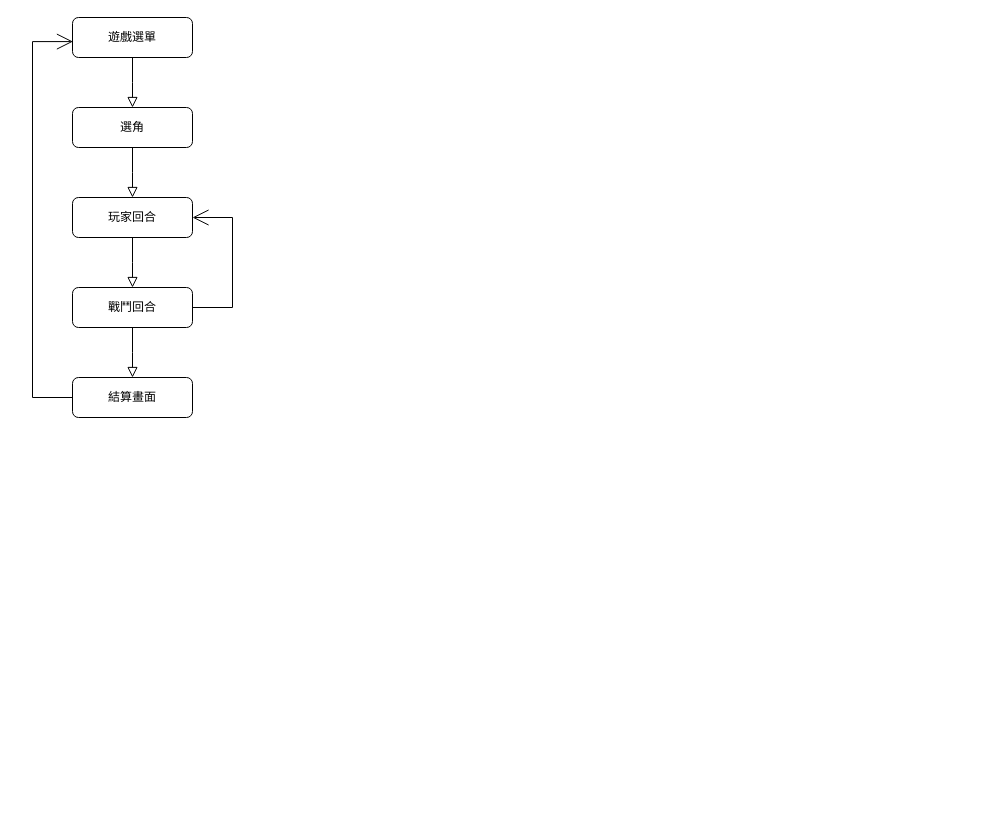
This is 惑興祕法遊戲流程.drawio from Lex-H/2_magic_planet, a draw.io file, before an edit. Source tidied: cells renumbered, new cells numbered last; positions are measured from the earlier drawing's top-left corner, leaving out a move shared by most shapes. Both pictures are drawn from the tidied source at 100%, with x=0, y=0 at pixel (32, 17).
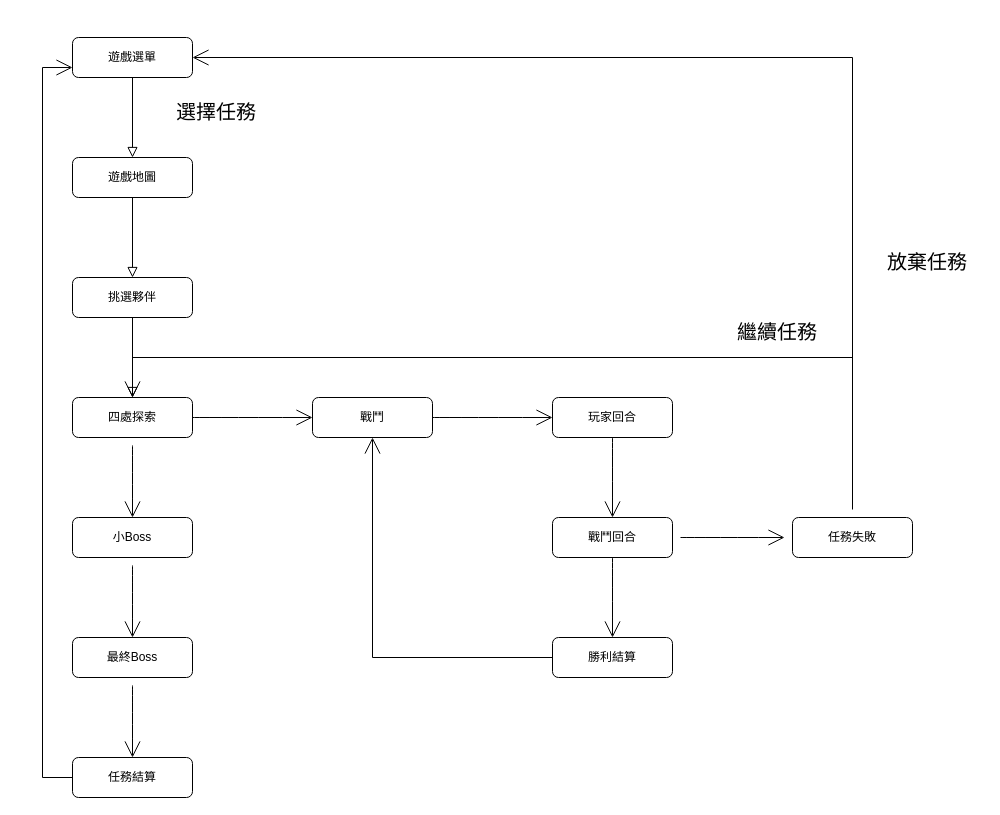
The same diagram, later.

The edit, as a diff of the source:
```diff
@@
     <mxCell id="2" value="遊戲選單" style="rounded=1;whiteSpace=wrap;html=1;fontSize=12;glass=0;strokeWidth=1;shadow=0;" parent="1" vertex="1">
-      <mxGeometry x="40" width="120" height="40" as="geometry" />
+      <mxGeometry x="40" y="20" width="120" height="40" as="geometry" />
     </mxCell>
-    <mxCell id="3" style="rounded=0;html=1;jettySize=auto;fontSize=11;endArrow=block;endFill=0;endSize=8;strokeWidth=1;shadow=0;labelBackgroundColor=none;edgeStyle=orthogonalEdgeStyle;" parent="1" edge="1" source="2">
-      <mxGeometry relative="1" as="geometry">
-        <mxPoint x="100" y="90" as="targetPoint" />
-      </mxGeometry>
+    <mxCell id="3" style="rounded=0;html=1;jettySize=auto;fontSize=11;endArrow=block;endFill=0;endSize=8;strokeWidth=1;shadow=0;labelBackgroundColor=none;edgeStyle=orthogonalEdgeStyle;entryX=0.5;entryY=0;entryDx=0;entryDy=0;" parent="1" edge="1" source="2" target="4">
+      <mxGeometry relative="1" as="geometry" />
     </mxCell>
-    <mxCell id="4" value="選角" style="rounded=1;whiteSpace=wrap;html=1;fontSize=12;glass=0;strokeWidth=1;shadow=0;" parent="1" vertex="1">
-      <mxGeometry x="40" y="90" width="120" height="40" as="geometry" />
+    <mxCell id="4" value="遊戲地圖" style="rounded=1;whiteSpace=wrap;html=1;fontSize=12;glass=0;strokeWidth=1;shadow=0;" parent="1" vertex="1">
+      <mxGeometry x="40" y="140" width="120" height="40" as="geometry" />
     </mxCell>
-    <mxCell id="5" style="rounded=0;html=1;jettySize=auto;fontSize=11;endArrow=block;endFill=0;endSize=8;strokeWidth=1;shadow=0;labelBackgroundColor=none;edgeStyle=orthogonalEdgeStyle;" parent="1" edge="1" source="4">
-      <mxGeometry relative="1" as="geometry">
-        <mxPoint x="100" y="180" as="targetPoint" />
-      </mxGeometry>
+    <mxCell id="5" style="rounded=0;html=1;jettySize=auto;fontSize=11;endArrow=block;endFill=0;endSize=8;strokeWidth=1;shadow=0;labelBackgroundColor=none;edgeStyle=orthogonalEdgeStyle;entryX=0.5;entryY=0;entryDx=0;entryDy=0;" parent="1" edge="1" source="4" target="16">
+      <mxGeometry relative="1" as="geometry" />
     </mxCell>
     <mxCell id="6" value="玩家回合" style="rounded=1;whiteSpace=wrap;html=1;fontSize=12;glass=0;strokeWidth=1;shadow=0;" parent="1" vertex="1">
-      <mxGeometry x="40" y="180" width="120" height="40" as="geometry" />
+      <mxGeometry x="520" y="380" width="120" height="40" as="geometry" />
     </mxCell>
-    <mxCell id="7" style="rounded=0;html=1;jettySize=auto;fontSize=11;endArrow=block;endFill=0;endSize=8;strokeWidth=1;shadow=0;labelBackgroundColor=none;edgeStyle=orthogonalEdgeStyle;" parent="1" edge="1" source="6">
-      <mxGeometry relative="1" as="geometry">
-        <mxPoint x="100" y="270" as="targetPoint" />
-      </mxGeometry>
-    </mxCell>
-    <mxCell id="8" style="rounded=0;html=1;jettySize=auto;fontSize=11;endArrow=block;endFill=0;endSize=8;strokeWidth=1;shadow=0;labelBackgroundColor=none;edgeStyle=orthogonalEdgeStyle;" parent="1" edge="1" source="9">
-      <mxGeometry relative="1" as="geometry">
-        <mxPoint x="100" y="360" as="targetPoint" />
-      </mxGeometry>
-    </mxCell>
+    <mxCell id="13" style="edgeStyle=none;curved=1;rounded=0;jettySize=auto;html=1;fontFamily=Architects Daughter;fontSize=16;startSize=14;endArrow=open;endSize=14;sourcePerimeterSpacing=8;targetPerimeterSpacing=8;" parent="1" edge="1" source="9" target="26">
+      <mxGeometry relative="1" as="geometry" />
+    </mxCell>
     <mxCell id="9" value="戰鬥回合" style="rounded=1;whiteSpace=wrap;html=1;fontSize=12;glass=0;strokeWidth=1;shadow=0;" parent="1" vertex="1">
-      <mxGeometry x="40" y="270" width="120" height="40" as="geometry" />
+      <mxGeometry x="520" y="500" width="120" height="40" as="geometry" />
     </mxCell>
+    <mxCell id="12" style="edgeStyle=orthogonalEdgeStyle;rounded=0;jettySize=auto;html=1;exitX=0;exitY=0.5;exitDx=0;exitDy=0;entryX=0;entryY=0.75;entryDx=0;entryDy=0;fontFamily=Architects Daughter;fontSize=16;startSize=14;endArrow=open;endSize=14;sourcePerimeterSpacing=8;targetPerimeterSpacing=8;" parent="1" edge="1" source="10" target="2">
+      <mxGeometry relative="1" as="geometry" />
+    </mxCell>
-    <mxCell id="10" value="結算畫面" style="rounded=1;whiteSpace=wrap;html=1;fontSize=12;glass=0;strokeWidth=1;shadow=0;" parent="1" vertex="1">
-      <mxGeometry x="40" y="360" width="120" height="40" as="geometry" />
+    <mxCell id="10" value="任務結算" style="rounded=1;whiteSpace=wrap;html=1;fontSize=12;glass=0;strokeWidth=1;shadow=0;" parent="1" vertex="1">
+      <mxGeometry x="40" y="740" width="120" height="40" as="geometry" />
     </mxCell>
-    <mxCell id="11" style="edgeStyle=orthogonalEdgeStyle;jettySize=auto;html=1;rounded=0;endArrow=open;startSize=14;endSize=14;sourcePerimeterSpacing=8;targetPerimeterSpacing=8;exitX=1;exitY=0.5;exitDx=0;exitDy=0;entryX=1;entryY=0.5;entryDx=0;entryDy=0;" parent="1" edge="1" source="9" target="6">
-      <mxGeometry relative="1" as="geometry">
-        <Array as="points">
-          <mxPoint x="200" y="290" />
-          <mxPoint x="200" y="200" />
-        </Array>
-      </mxGeometry>
-    </mxCell>
-    <mxCell id="12" style="edgeStyle=orthogonalEdgeStyle;jettySize=auto;html=1;rounded=0;endArrow=open;startSize=14;endSize=14;sourcePerimeterSpacing=8;targetPerimeterSpacing=8;exitX=0;exitY=0.5;exitDx=0;exitDy=0;entryX=0.004;entryY=0.602;entryDx=0;entryDy=0;entryPerimeter=0;" parent="1" edge="1" source="10" target="2">
-      <mxGeometry relative="1" as="geometry">
-        <Array as="points">
-          <mxPoint y="380" />
-          <mxPoint y="24" />
-        </Array>
-      </mxGeometry>
-    </mxCell>
+    <mxCell id="14" style="edgeStyle=none;curved=1;rounded=0;jettySize=auto;html=1;entryX=0.5;entryY=0;entryDx=0;entryDy=0;fontFamily=Architects Daughter;fontSize=16;startSize=14;endArrow=open;endSize=14;sourcePerimeterSpacing=8;targetPerimeterSpacing=8;" parent="1" edge="1" source="15" target="31">
+      <mxGeometry relative="1" as="geometry" />
+    </mxCell>
+    <mxCell id="15" value="四處探索" style="rounded=1;whiteSpace=wrap;html=1;fontSize=12;glass=0;strokeWidth=1;shadow=0;" parent="1" vertex="1">
+      <mxGeometry x="40" y="380" width="120" height="40" as="geometry" />
+    </mxCell>
+    <mxCell id="16" value="挑選夥伴" style="rounded=1;whiteSpace=wrap;html=1;fontSize=12;glass=0;strokeWidth=1;shadow=0;" parent="1" vertex="1">
+      <mxGeometry x="40" y="260" width="120" height="40" as="geometry" />
+    </mxCell>
+    <mxCell id="17" style="rounded=0;html=1;jettySize=auto;fontSize=11;endArrow=block;endFill=0;endSize=8;strokeWidth=1;shadow=0;labelBackgroundColor=none;edgeStyle=orthogonalEdgeStyle;entryX=0.5;entryY=0;entryDx=0;entryDy=0;" parent="1" edge="1" source="16" target="15">
+      <mxGeometry relative="1" as="geometry" />
+    </mxCell>
+    <mxCell id="18" value="戰鬥" style="rounded=1;whiteSpace=wrap;html=1;fontSize=12;glass=0;strokeWidth=1;shadow=0;" parent="1" vertex="1">
+      <mxGeometry x="280" y="380" width="120" height="40" as="geometry" />
+    </mxCell>
+    <mxCell id="19" style="edgeStyle=none;jettySize=auto;html=1;rounded=0;fontFamily=Architects Daughter;fontSize=16;startSize=14;endArrow=open;endSize=14;sourcePerimeterSpacing=8;targetPerimeterSpacing=8;curved=1;exitX=1;exitY=0.5;exitDx=0;exitDy=0;entryX=0;entryY=0.5;entryDx=0;entryDy=0;" parent="1" edge="1" source="15" target="18">
+      <mxGeometry relative="1" as="geometry" />
+    </mxCell>
+    <mxCell id="20" style="edgeStyle=none;jettySize=auto;html=1;rounded=0;fontFamily=Architects Daughter;fontSize=16;startSize=14;endArrow=open;endSize=14;sourcePerimeterSpacing=8;targetPerimeterSpacing=8;curved=1;exitX=0.5;exitY=1;exitDx=0;exitDy=0;entryX=0.5;entryY=0;entryDx=0;entryDy=0;" parent="1" edge="1" source="6" target="9">
+      <mxGeometry relative="1" as="geometry" />
+    </mxCell>
+    <mxCell id="21" style="edgeStyle=none;jettySize=auto;html=1;rounded=0;fontFamily=Architects Daughter;fontSize=16;startSize=14;endArrow=open;endSize=14;sourcePerimeterSpacing=8;targetPerimeterSpacing=8;curved=1;exitX=1;exitY=0.5;exitDx=0;exitDy=0;entryX=0;entryY=0.5;entryDx=0;entryDy=0;" parent="1" edge="1" source="18" target="6">
+      <mxGeometry relative="1" as="geometry" />
+    </mxCell>
+    <mxCell id="22" style="edgeStyle=orthogonalEdgeStyle;rounded=0;jettySize=auto;html=1;exitX=0;exitY=0.5;exitDx=0;exitDy=0;fontFamily=Architects Daughter;fontSize=16;startSize=14;endArrow=open;endSize=14;sourcePerimeterSpacing=8;targetPerimeterSpacing=8;entryX=0.5;entryY=1;entryDx=0;entryDy=0;" parent="1" edge="1" source="23" target="18">
+      <mxGeometry relative="1" as="geometry" />
+    </mxCell>
+    <mxCell id="23" value="勝利結算" style="rounded=1;whiteSpace=wrap;html=1;fontSize=12;glass=0;strokeWidth=1;shadow=0;" parent="1" vertex="1">
+      <mxGeometry x="520" y="620" width="120" height="40" as="geometry" />
+    </mxCell>
+    <mxCell id="24" style="edgeStyle=none;jettySize=auto;html=1;rounded=0;fontFamily=Architects Daughter;fontSize=16;startSize=14;endArrow=open;endSize=14;sourcePerimeterSpacing=8;targetPerimeterSpacing=8;curved=1;exitX=0.5;exitY=1;exitDx=0;exitDy=0;entryX=0.5;entryY=0;entryDx=0;entryDy=0;" parent="1" edge="1" source="9" target="23">
+      <mxGeometry relative="1" as="geometry" />
+    </mxCell>
+    <mxCell id="25" style="edgeStyle=orthogonalEdgeStyle;rounded=0;jettySize=auto;html=1;entryX=1;entryY=0.5;entryDx=0;entryDy=0;fontFamily=Architects Daughter;fontSize=16;startSize=14;endArrow=open;endSize=14;sourcePerimeterSpacing=8;targetPerimeterSpacing=8;" parent="1" edge="1" source="26" target="2">
+      <mxGeometry relative="1" as="geometry">
+        <Array as="points">
+          <mxPoint x="820" y="40" />
+        </Array>
+      </mxGeometry>
+    </mxCell>
+    <mxCell id="26" value="任務失敗" style="rounded=1;whiteSpace=wrap;html=1;fontSize=12;glass=0;strokeWidth=1;shadow=0;" parent="1" vertex="1">
+      <mxGeometry x="760" y="500" width="120" height="40" as="geometry" />
+    </mxCell>
+    <mxCell id="27" style="edgeStyle=elbowEdgeStyle;orthogonalLoop=1;jettySize=auto;html=1;rounded=0;fontFamily=Architects Daughter;fontSize=16;startSize=14;endArrow=open;endSize=14;sourcePerimeterSpacing=8;targetPerimeterSpacing=8;elbow=vertical;" parent="1" edge="1">
+      <mxGeometry relative="1" as="geometry">
+        <mxPoint x="820" y="300" as="sourcePoint" />
+        <mxPoint x="100" y="380" as="targetPoint" />
+      </mxGeometry>
+    </mxCell>
+    <mxCell id="28" value="繼續任務" style="text;strokeColor=none;fillColor=none;html=1;align=center;verticalAlign=middle;whiteSpace=wrap;rounded=0;fontSize=20;fontFamily=Architects Daughter;" parent="1" vertex="1">
+      <mxGeometry x="700" y="300" width="90" height="30" as="geometry" />
+    </mxCell>
+    <mxCell id="29" value="放棄任務" style="text;strokeColor=none;align=center;fillColor=none;html=1;verticalAlign=middle;whiteSpace=wrap;rounded=0;fontSize=20;fontFamily=Architects Daughter;" parent="1" vertex="1">
+      <mxGeometry x="840" y="230" width="110" height="30" as="geometry" />
+    </mxCell>
+    <mxCell id="30" style="edgeStyle=none;curved=1;rounded=0;jettySize=auto;html=1;entryX=0.5;entryY=0;entryDx=0;entryDy=0;fontFamily=Architects Daughter;fontSize=16;startSize=14;endArrow=open;endSize=14;sourcePerimeterSpacing=8;targetPerimeterSpacing=8;" parent="1" edge="1" source="31" target="33">
+      <mxGeometry relative="1" as="geometry" />
+    </mxCell>
+    <mxCell id="31" value="小Boss" style="rounded=1;whiteSpace=wrap;html=1;fontSize=12;glass=0;strokeWidth=1;shadow=0;" parent="1" vertex="1">
+      <mxGeometry x="40" y="500" width="120" height="40" as="geometry" />
+    </mxCell>
+    <mxCell id="32" style="edgeStyle=none;curved=1;rounded=0;jettySize=auto;html=1;entryX=0.5;entryY=0;entryDx=0;entryDy=0;fontFamily=Architects Daughter;fontSize=16;startSize=14;endArrow=open;endSize=14;sourcePerimeterSpacing=8;targetPerimeterSpacing=8;" parent="1" edge="1" source="33" target="10">
+      <mxGeometry relative="1" as="geometry" />
+    </mxCell>
+    <mxCell id="33" value="最終Boss" style="rounded=1;whiteSpace=wrap;html=1;fontSize=12;glass=0;strokeWidth=1;shadow=0;" parent="1" vertex="1">
+      <mxGeometry x="40" y="620" width="120" height="40" as="geometry" />
+    </mxCell>
+    <mxCell id="34" value="選擇任務" style="text;strokeColor=none;align=center;fillColor=none;html=1;verticalAlign=middle;whiteSpace=wrap;rounded=0;fontSize=20;fontFamily=Architects Daughter;" parent="1" vertex="1">
+      <mxGeometry x="134" y="80" width="100" height="30" as="geometry" />
+    </mxCell>
```
